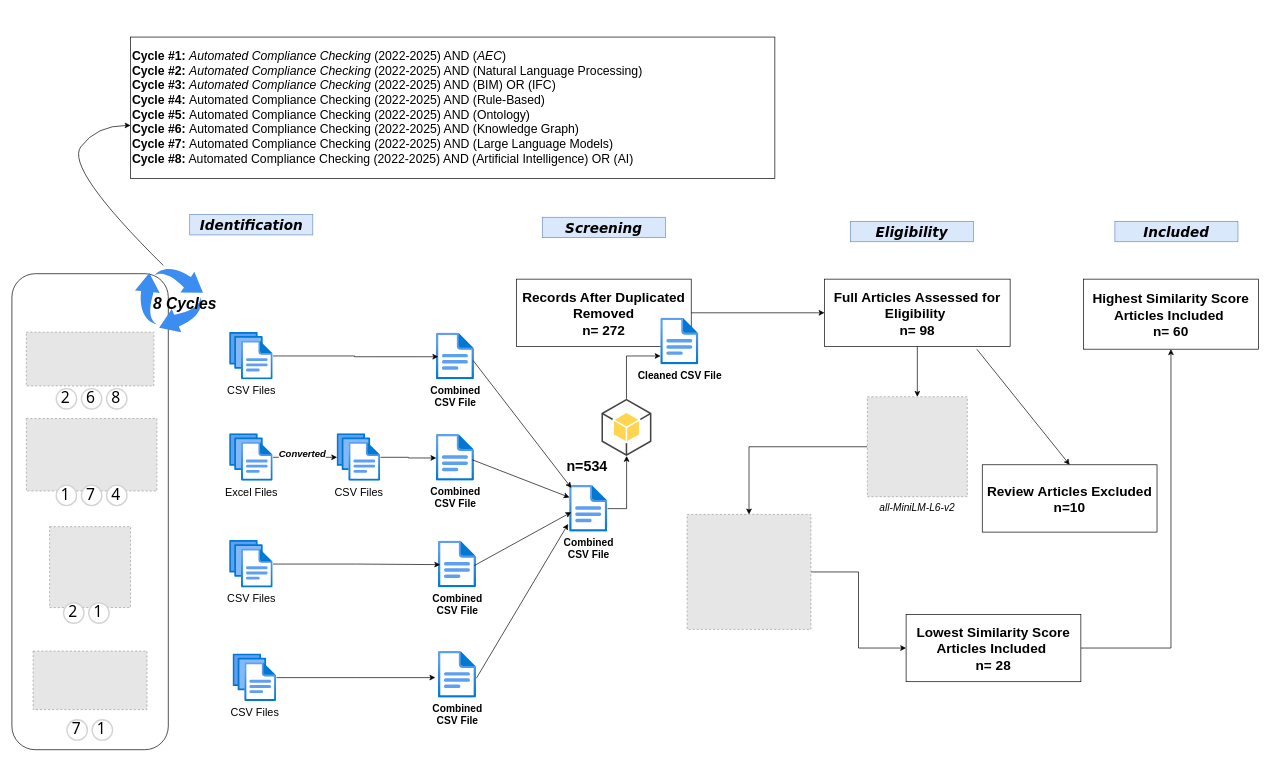
Above: PrismaFlowDiagram.drawio in ysenousy/ACC-N-ACE (draw.io), before the change. Source tidied: cells renumbered, new cells numbered last; positions are measured from the earlier drawing's top-left corner, leaving out a move shared by most shapes. Both pictures are drawn from the tidied source at 68%, with x=0, y=0 at pixel (12, 37). Pictures stored in the file or linked from it are replaced by grey dashed boxes.
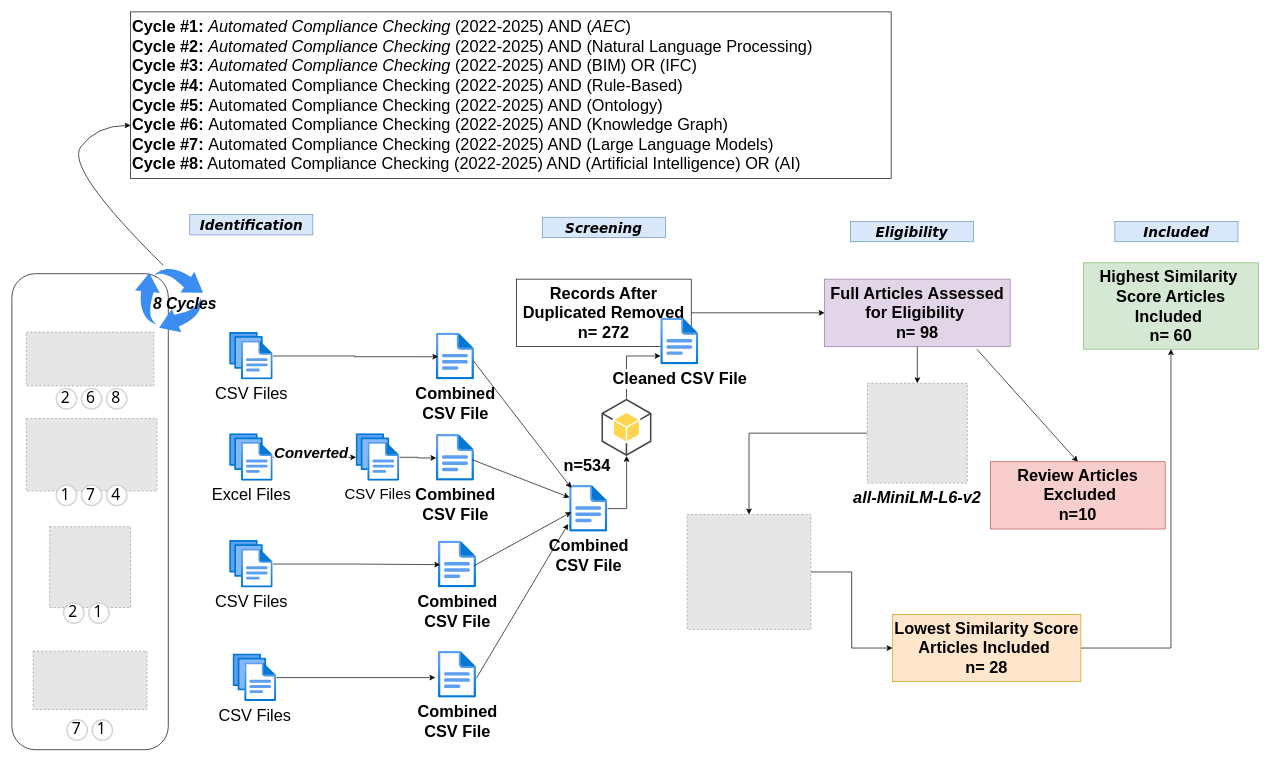
The same page after the edit.

Commit message (it also covers changes not shown here):
Enhancing Diagrams

The change refers to these unchanged cells:
```xml
<mxCell id="29" style="edgeStyle=orthogonalEdgeStyle;rounded=0;jettySize=auto;html=1;entryX=0.004;entryY=0.5;entryDx=0;entryDy=0;entryPerimeter=0;" parent="1" edge="1" source="24" target="28">
  <mxGeometry relative="1" as="geometry" />
</mxCell>
```

The edit, as a diff of the source:
```diff
@@
-    <mxCell id="11" value="&lt;font style=&quot;font-size: 18px;&quot;&gt;&lt;b&gt;Cycle #1:&lt;/b&gt;&amp;nbsp;&lt;/font&gt;&lt;span style=&quot;background-color: transparent; font-size: 18px;&quot;&gt;&lt;i&gt;Automated Compliance Checking&lt;/i&gt; (2022-2025) AND (&lt;i&gt;AEC&lt;/i&gt;)&lt;/span&gt;&lt;div&gt;&lt;span style=&quot;font-size: 18px;&quot;&gt;&lt;b&gt;Cycle #2:&lt;/b&gt;&amp;nbsp;&lt;/span&gt;&lt;span style=&quot;background-color: transparent; font-size: 18px;&quot;&gt;&lt;i&gt;Automated Compliance Checking&lt;/i&gt; (2022-2025) AND (Natural Language Processing)&lt;/span&gt;&lt;/div&gt;&lt;div&gt;&lt;span style=&quot;font-size: 18px;&quot;&gt;&lt;b&gt;Cycle #3:&lt;/b&gt;&amp;nbsp;&lt;/span&gt;&lt;span style=&quot;background-color: transparent; font-size: 18px;&quot;&gt;&lt;i&gt;Automated Compliance Checking&lt;/i&gt; (2022-2025) AND (BIM) OR (IFC)&lt;/span&gt;&lt;/div&gt;&lt;div&gt;&lt;span style=&quot;font-size: 18px;&quot;&gt;&lt;b&gt;Cycle #4:&lt;/b&gt;&amp;nbsp;&lt;/span&gt;&lt;span style=&quot;background-color: transparent; font-size: 18px;&quot;&gt;Automated Compliance Checking (2022-2025) AND (Rule-Based)&lt;/span&gt;&lt;/div&gt;&lt;div&gt;&lt;span style=&quot;font-size: 18px;&quot;&gt;&lt;b&gt;Cycle #5:&lt;/b&gt;&amp;nbsp;&lt;/span&gt;&lt;span style=&quot;background-color: transparent; font-size: 18px;&quot;&gt;Automated Compliance Checking (2022-2025) AND (Ontology)&lt;/span&gt;&lt;/div&gt;&lt;div&gt;&lt;span style=&quot;font-size: 18px;&quot;&gt;&lt;b&gt;Cycle #6:&lt;/b&gt;&amp;nbsp;&lt;/span&gt;&lt;span style=&quot;background-color: transparent; font-size: 18px;&quot;&gt;Automated Compliance Checking (2022-2025) AND (Knowledge Graph)&lt;/span&gt;&lt;/div&gt;&lt;div&gt;&lt;span style=&quot;font-size: 18px;&quot;&gt;&lt;b&gt;Cycle #7:&lt;/b&gt;&amp;nbsp;&lt;/span&gt;&lt;span style=&quot;background-color: transparent; font-size: 18px;&quot;&gt;Automated Compliance Checking (2022-2025) AND (Large Language Models)&lt;/span&gt;&lt;/div&gt;&lt;div&gt;&lt;span style=&quot;font-size: 18px;&quot;&gt;&lt;b&gt;Cycle #8:&lt;/b&gt; Automated Compliance Checking (2022-2025) AND (Artificial Intelligence) OR (AI)&lt;/span&gt;&lt;/div&gt;" style="rounded=0;whiteSpace=wrap;html=1;align=left;" parent="1" vertex="1">
-      <mxGeometry x="174.5" width="947.5" height="208" as="geometry" />
+    <mxCell id="11" value="&lt;font style=&quot;font-size: 24px;&quot;&gt;&lt;font style=&quot;&quot;&gt;&lt;b style=&quot;&quot;&gt;Cycle #1:&lt;/b&gt;&amp;nbsp;&lt;/font&gt;&lt;span style=&quot;background-color: transparent;&quot;&gt;&lt;i&gt;Automated Compliance Checking&lt;/i&gt; (2022-2025) AND (&lt;i&gt;AEC&lt;/i&gt;)&lt;/span&gt;&lt;/font&gt;&lt;div&gt;&lt;font style=&quot;font-size: 24px;&quot;&gt;&lt;b&gt;Cycle #2:&lt;/b&gt;&amp;nbsp;&lt;span style=&quot;background-color: transparent;&quot;&gt;&lt;i&gt;Automated Compliance Checking&lt;/i&gt; (2022-2025) AND (Natural Language Processing)&lt;/span&gt;&lt;/font&gt;&lt;/div&gt;&lt;div&gt;&lt;font style=&quot;font-size: 24px;&quot;&gt;&lt;b&gt;Cycle #3:&lt;/b&gt;&amp;nbsp;&lt;span style=&quot;background-color: transparent;&quot;&gt;&lt;i&gt;Automated Compliance Checking&lt;/i&gt; (2022-2025) AND (BIM) OR (IFC)&lt;/span&gt;&lt;/font&gt;&lt;/div&gt;&lt;div&gt;&lt;font style=&quot;font-size: 24px;&quot;&gt;&lt;b&gt;Cycle #4:&lt;/b&gt;&amp;nbsp;&lt;span style=&quot;background-color: transparent;&quot;&gt;Automated Compliance Checking (2022-2025) AND (Rule-Based)&lt;/span&gt;&lt;/font&gt;&lt;/div&gt;&lt;div&gt;&lt;font style=&quot;font-size: 24px;&quot;&gt;&lt;b&gt;Cycle #5:&lt;/b&gt;&amp;nbsp;&lt;span style=&quot;background-color: transparent;&quot;&gt;Automated Compliance Checking (2022-2025) AND (Ontology)&lt;/span&gt;&lt;/font&gt;&lt;/div&gt;&lt;div&gt;&lt;font style=&quot;font-size: 24px;&quot;&gt;&lt;b&gt;Cycle #6:&lt;/b&gt;&amp;nbsp;&lt;span style=&quot;background-color: transparent;&quot;&gt;Automated Compliance Checking (2022-2025) AND (Knowledge Graph)&lt;/span&gt;&lt;/font&gt;&lt;/div&gt;&lt;div&gt;&lt;font style=&quot;font-size: 24px;&quot;&gt;&lt;b&gt;Cycle #7:&lt;/b&gt;&amp;nbsp;&lt;span style=&quot;background-color: transparent;&quot;&gt;Automated Compliance Checking (2022-2025) AND (Large Language Models)&lt;/span&gt;&lt;/font&gt;&lt;/div&gt;&lt;div&gt;&lt;font style=&quot;font-size: 24px;&quot;&gt;&lt;b style=&quot;&quot;&gt;Cycle #8:&lt;/b&gt; Automated Compliance Checking (2022-2025) AND (Artificial Intelligence) OR (AI)&lt;/font&gt;&lt;/div&gt;" style="rounded=0;whiteSpace=wrap;html=1;align=left;" parent="1" vertex="1">
+      <mxGeometry x="174.5" y="-37" width="1118.5" height="245" as="geometry" />
     </mxCell>
@@
-    <mxCell id="23" value="&lt;font style=&quot;font-size: 16px;&quot;&gt;CSV Files&lt;/font&gt;" style="image;html=1;points=[];align=center;fontSize=12;image=img/lib/azure2/general/Files.svg;" parent="1" vertex="1">
+    <mxCell id="23" value="&lt;font style=&quot;font-size: 24px;&quot;&gt;CSV Files&lt;/font&gt;" style="image;html=1;points=[];align=center;fontSize=12;image=img/lib/azure2/general/Files.svg;" parent="1" vertex="1">
       <mxGeometry x="320" y="434" width="64" height="70" as="geometry" />
     </mxCell>
-    <mxCell id="24" value="&lt;font style=&quot;font-size: 16px;&quot;&gt;Excel Files&lt;/font&gt;" style="image;html=1;points=[];align=center;fontSize=12;image=img/lib/azure2/general/Files.svg;" parent="1" vertex="1">
+    <mxCell id="24" value="&lt;font style=&quot;font-size: 24px;&quot;&gt;Excel Files&lt;/font&gt;" style="image;html=1;points=[];align=center;fontSize=12;image=img/lib/azure2/general/Files.svg;" parent="1" vertex="1">
       <mxGeometry x="320" y="583" width="64" height="70" as="geometry" />
     </mxCell>
-    <mxCell id="25" value="&lt;font style=&quot;font-size: 16px;&quot;&gt;CSV Files&lt;/font&gt;" style="image;html=1;points=[];align=center;fontSize=12;image=img/lib/azure2/general/Files.svg;" parent="1" vertex="1">
+    <mxCell id="25" value="&lt;font style=&quot;font-size: 24px;&quot;&gt;CSV Files&lt;/font&gt;" style="image;html=1;points=[];align=center;fontSize=12;image=img/lib/azure2/general/Files.svg;" parent="1" vertex="1">
       <mxGeometry x="320" y="740" width="64" height="70" as="geometry" />
     </mxCell>
@@
-    <mxCell id="27" value="&lt;font style=&quot;font-size: 16px;&quot;&gt;CSV Files&lt;/font&gt;" style="image;html=1;points=[];align=center;fontSize=12;image=img/lib/azure2/general/Files.svg;" parent="1" vertex="1">
+    <mxCell id="27" value="&lt;font style=&quot;font-size: 24px;&quot;&gt;CSV Files&lt;/font&gt;" style="image;html=1;points=[];align=center;fontSize=12;image=img/lib/azure2/general/Files.svg;" parent="1" vertex="1">
       <mxGeometry x="325" y="907" width="64" height="70" as="geometry" />
     </mxCell>
-    <mxCell id="28" value="&lt;span style=&quot;font-size: 16px;&quot;&gt;CSV Files&lt;/span&gt;" style="image;html=1;points=[];align=center;fontSize=12;image=img/lib/azure2/general/Files.svg;" parent="1" vertex="1">
-      <mxGeometry x="478" y="583" width="64" height="70" as="geometry" />
+    <mxCell id="28" value="&lt;font style=&quot;font-size: 22px;&quot;&gt;CSV Files&lt;/font&gt;" style="image;html=1;points=[];align=center;fontSize=12;image=img/lib/azure2/general/Files.svg;" parent="1" vertex="1">
+      <mxGeometry x="506" y="583" width="64" height="70" as="geometry" />
     </mxCell>
@@
-    <mxCell id="30" value="&lt;font style=&quot;font-size: 14px;&quot;&gt;&lt;b&gt;&lt;i&gt;Converted&lt;/i&gt;&lt;/b&gt;&lt;/font&gt;" style="edgeLabel;html=1;align=center;verticalAlign=middle;" parent="29" vertex="1">
+    <mxCell id="30" value="&lt;font style=&quot;font-size: 22px;&quot;&gt;&lt;b style=&quot;&quot;&gt;&lt;i style=&quot;&quot;&gt;Converted&lt;/i&gt;&lt;/b&gt;&lt;/font&gt;" style="edgeLabel;html=1;align=center;verticalAlign=middle;" parent="29" vertex="1">
       <mxGeometry x="-0.1" y="6" relative="1" as="geometry" />
     </mxCell>
-    <mxCell id="31" value="&lt;font style=&quot;font-size: 15px;&quot;&gt;&lt;b&gt;Combined&lt;/b&gt;&lt;/font&gt;&lt;div&gt;&lt;font style=&quot;font-size: 15px;&quot;&gt;&lt;b&gt;CSV File&lt;/b&gt;&lt;/font&gt;&lt;/div&gt;" style="image;html=1;points=[];align=center;fontSize=12;image=img/lib/azure2/general/File.svg;" parent="1" vertex="1">
+    <mxCell id="31" value="&lt;font style=&quot;font-size: 24px;&quot;&gt;&lt;b style=&quot;&quot;&gt;Combined&lt;/b&gt;&lt;/font&gt;&lt;div&gt;&lt;font style=&quot;font-size: 24px;&quot;&gt;&lt;b style=&quot;&quot;&gt;CSV File&lt;/b&gt;&lt;/font&gt;&lt;/div&gt;" style="image;html=1;points=[];align=center;fontSize=12;image=img/lib/azure2/general/File.svg;" parent="1" vertex="1">
       <mxGeometry x="624" y="435" width="56" height="69" as="geometry" />
     </mxCell>
@@
-    <mxCell id="33" value="&lt;font style=&quot;font-size: 15px;&quot;&gt;&lt;b&gt;Combined&lt;/b&gt;&lt;/font&gt;&lt;div&gt;&lt;font style=&quot;font-size: 15px;&quot;&gt;&lt;b&gt;CSV File&lt;/b&gt;&lt;/font&gt;&lt;/div&gt;" style="image;html=1;points=[];align=center;fontSize=12;image=img/lib/azure2/general/File.svg;" parent="1" vertex="1">
+    <mxCell id="33" value="&lt;font style=&quot;font-size: 24px;&quot;&gt;&lt;b style=&quot;&quot;&gt;Combined&lt;/b&gt;&lt;/font&gt;&lt;div&gt;&lt;font style=&quot;font-size: 24px;&quot;&gt;&lt;b style=&quot;&quot;&gt;CSV File&lt;/b&gt;&lt;/font&gt;&lt;/div&gt;" style="image;html=1;points=[];align=center;fontSize=12;image=img/lib/azure2/general/File.svg;" parent="1" vertex="1">
       <mxGeometry x="624" y="584" width="56" height="69" as="geometry" />
     </mxCell>
-    <mxCell id="34" value="&lt;font style=&quot;font-size: 15px;&quot;&gt;&lt;b&gt;Combined&lt;/b&gt;&lt;/font&gt;&lt;div&gt;&lt;font style=&quot;font-size: 15px;&quot;&gt;&lt;b&gt;CSV File&lt;/b&gt;&lt;/font&gt;&lt;/div&gt;" style="image;html=1;points=[];align=center;fontSize=12;image=img/lib/azure2/general/File.svg;" parent="1" vertex="1">
+    <mxCell id="34" value="&lt;font style=&quot;font-size: 24px;&quot;&gt;&lt;b style=&quot;&quot;&gt;Combined&lt;/b&gt;&lt;/font&gt;&lt;div&gt;&lt;font style=&quot;font-size: 24px;&quot;&gt;&lt;b style=&quot;&quot;&gt;CSV File&lt;/b&gt;&lt;/font&gt;&lt;/div&gt;" style="image;html=1;points=[];align=center;fontSize=12;image=img/lib/azure2/general/File.svg;" parent="1" vertex="1">
       <mxGeometry x="627" y="741" width="56" height="69" as="geometry" />
     </mxCell>
-    <mxCell id="35" value="&lt;font style=&quot;font-size: 15px;&quot;&gt;&lt;b&gt;Combined&lt;/b&gt;&lt;/font&gt;&lt;div&gt;&lt;font style=&quot;font-size: 15px;&quot;&gt;&lt;b&gt;CSV File&lt;/b&gt;&lt;/font&gt;&lt;/div&gt;" style="image;html=1;points=[];align=center;fontSize=12;image=img/lib/azure2/general/File.svg;" parent="1" vertex="1">
+    <mxCell id="35" value="&lt;font style=&quot;font-size: 24px;&quot;&gt;&lt;b style=&quot;&quot;&gt;Combined&lt;/b&gt;&lt;/font&gt;&lt;div&gt;&lt;font style=&quot;font-size: 24px;&quot;&gt;&lt;b style=&quot;&quot;&gt;CSV File&lt;/b&gt;&lt;/font&gt;&lt;/div&gt;" style="image;html=1;points=[];align=center;fontSize=12;image=img/lib/azure2/general/File.svg;" parent="1" vertex="1">
       <mxGeometry x="627" y="903" width="56" height="69" as="geometry" />
     </mxCell>
@@
-    <mxCell id="40" value="&lt;font style=&quot;font-size: 15px;&quot;&gt;&lt;b&gt;Combined&lt;/b&gt;&lt;/font&gt;&lt;div&gt;&lt;font style=&quot;font-size: 15px;&quot;&gt;&lt;b&gt;CSV File&lt;/b&gt;&lt;/font&gt;&lt;/div&gt;" style="image;html=1;points=[];align=center;fontSize=12;image=img/lib/azure2/general/File.svg;" parent="1" vertex="1">
+    <mxCell id="40" value="&lt;font style=&quot;font-size: 24px;&quot;&gt;&lt;b style=&quot;&quot;&gt;Combined&lt;/b&gt;&lt;/font&gt;&lt;div&gt;&lt;font style=&quot;font-size: 24px;&quot;&gt;&lt;b style=&quot;&quot;&gt;CSV File&lt;/b&gt;&lt;/font&gt;&lt;/div&gt;" style="image;html=1;points=[];align=center;fontSize=12;image=img/lib/azure2/general/File.svg;" parent="1" vertex="1">
       <mxGeometry x="820" y="659" width="56" height="69" as="geometry" />
     </mxCell>
@@
-    <mxCell id="46" value="&lt;font style=&quot;font-size: 20px;&quot;&gt;&lt;b&gt;Records After Duplicated Removed&lt;/b&gt;&lt;/font&gt;&lt;div&gt;&lt;font style=&quot;font-size: 20px;&quot;&gt;&lt;b&gt;n= 272&lt;/b&gt;&lt;/font&gt;&lt;/div&gt;" style="rounded=0;whiteSpace=wrap;html=1;" parent="1" vertex="1">
+    <mxCell id="46" value="&lt;font style=&quot;font-size: 24px;&quot;&gt;&lt;b style=&quot;&quot;&gt;Records After Duplicated Removed&lt;/b&gt;&lt;/font&gt;&lt;div&gt;&lt;font style=&quot;font-size: 24px;&quot;&gt;&lt;b style=&quot;&quot;&gt;n= 272&lt;/b&gt;&lt;/font&gt;&lt;/div&gt;" style="rounded=0;whiteSpace=wrap;html=1;" parent="1" vertex="1">
       <mxGeometry x="742" y="356" width="257" height="99" as="geometry" />
     </mxCell>
-    <mxCell id="47" value="&lt;b&gt;&lt;font style=&quot;font-size: 21px;&quot;&gt;n=534&lt;/font&gt;&lt;/b&gt;" style="text;html=1;align=center;verticalAlign=middle;whiteSpace=wrap;rounded=0;" parent="1" vertex="1">
+    <mxCell id="47" value="&lt;b&gt;&lt;font style=&quot;font-size: 24px;&quot;&gt;n=534&lt;/font&gt;&lt;/b&gt;" style="text;html=1;align=center;verticalAlign=middle;whiteSpace=wrap;rounded=0;" parent="1" vertex="1">
       <mxGeometry x="816" y="616" width="60" height="30" as="geometry" />
     </mxCell>
-    <mxCell id="48" value="&lt;span style=&quot;font-size: 15px;&quot;&gt;&lt;b&gt;Cleaned CSV File&lt;/b&gt;&lt;/span&gt;" style="image;html=1;points=[];align=center;fontSize=12;image=img/lib/azure2/general/File.svg;" parent="1" vertex="1">
+    <mxCell id="48" value="&lt;b style=&quot;&quot;&gt;&lt;font style=&quot;font-size: 24px;&quot;&gt;Cleaned CSV File&lt;/font&gt;&lt;/b&gt;" style="image;html=1;points=[];align=center;fontSize=12;image=img/lib/azure2/general/File.svg;" parent="1" vertex="1">
       <mxGeometry x="954" y="413" width="56" height="69" as="geometry" />
     </mxCell>
@@
-    <mxCell id="53" value="&lt;font style=&quot;font-size: 20px;&quot;&gt;&lt;b&gt;Full A&lt;/b&gt;&lt;b&gt;rticles&amp;nbsp;&lt;/b&gt;&lt;b&gt;Assessed for Eligibility&amp;nbsp;&lt;/b&gt;&lt;/font&gt;&lt;div&gt;&lt;font style=&quot;font-size: 20px;&quot;&gt;&lt;b&gt;n= 98&lt;/b&gt;&lt;/font&gt;&lt;/div&gt;" style="rounded=0;whiteSpace=wrap;html=1;" parent="1" vertex="1">
+    <mxCell id="53" value="&lt;font style=&quot;font-size: 24px;&quot;&gt;&lt;b style=&quot;&quot;&gt;Full A&lt;/b&gt;&lt;b style=&quot;&quot;&gt;rticles&amp;nbsp;&lt;/b&gt;&lt;b style=&quot;&quot;&gt;Assessed for Eligibility&amp;nbsp;&lt;/b&gt;&lt;/font&gt;&lt;div&gt;&lt;font style=&quot;font-size: 24px;&quot;&gt;&lt;b style=&quot;&quot;&gt;n= 98&lt;/b&gt;&lt;/font&gt;&lt;/div&gt;" style="rounded=0;whiteSpace=wrap;html=1;fillColor=#e1d5e7;strokeColor=#9673a6;" parent="1" vertex="1">
       <mxGeometry x="1195" y="356" width="273" height="99" as="geometry" />
     </mxCell>
@@
-    <mxCell id="55" value="&lt;font style=&quot;font-size: 20px;&quot;&gt;&lt;b&gt;Highest&amp;nbsp;&lt;/b&gt;&lt;b&gt;Similarity&amp;nbsp;&lt;/b&gt;&lt;b&gt;Score Articles Included&amp;nbsp;&lt;/b&gt;&lt;/font&gt;&lt;div&gt;&lt;font style=&quot;font-size: 20px;&quot;&gt;&lt;b&gt;n= 60&lt;/b&gt;&lt;/font&gt;&lt;/div&gt;" style="rounded=0;whiteSpace=wrap;html=1;" parent="1" vertex="1">
-      <mxGeometry x="1576" y="356" width="257" height="103" as="geometry" />
+    <mxCell id="55" value="&lt;font style=&quot;font-size: 24px;&quot;&gt;&lt;b style=&quot;&quot;&gt;Highest&amp;nbsp;&lt;/b&gt;&lt;b style=&quot;&quot;&gt;Similarity&amp;nbsp;&lt;/b&gt;&lt;/font&gt;&lt;div&gt;&lt;font style=&quot;font-size: 24px;&quot;&gt;&lt;b style=&quot;&quot;&gt;Score Articles Included&amp;nbsp;&lt;/b&gt;&lt;/font&gt;&lt;div&gt;&lt;font style=&quot;font-size: 24px;&quot;&gt;&lt;b style=&quot;&quot;&gt;n= 60&lt;/b&gt;&lt;/font&gt;&lt;/div&gt;&lt;/div&gt;" style="rounded=0;whiteSpace=wrap;html=1;fillColor=#d5e8d4;strokeColor=#82b366;" parent="1" vertex="1">
+      <mxGeometry x="1576" y="332" width="257" height="127" as="geometry" />
     </mxCell>
@@
-    <mxCell id="57" value="all-MiniLM-L6-v2" style="fillColor=#E6E6E6;strokeColor=#999999;dashed=1;verticalLabelPosition=bottom;labelBackgroundColor=default;verticalAlign=top;fontSize=15;fontStyle=2;" parent="1" vertex="1">
-      <mxGeometry x="1258" y="529" width="147" height="147" as="geometry" />
+    <mxCell id="57" value="all-MiniLM-L6-v2" style="fillColor=#E6E6E6;strokeColor=#999999;dashed=1;verticalLabelPosition=bottom;labelBackgroundColor=default;verticalAlign=top;fontSize=24;fontStyle=3;" parent="1" vertex="1">
+      <mxGeometry x="1258" y="509" width="147" height="147" as="geometry" />
     </mxCell>
@@
-    <mxCell id="61" value="&lt;font style=&quot;font-size: 20px;&quot;&gt;&lt;b&gt;Lowest&amp;nbsp;&lt;/b&gt;&lt;b&gt;Similarity&amp;nbsp;&lt;/b&gt;&lt;b&gt;Score Articles Included&amp;nbsp;&lt;/b&gt;&lt;/font&gt;&lt;div&gt;&lt;font style=&quot;font-size: 20px;&quot;&gt;&lt;b&gt;n= 28&lt;/b&gt;&lt;/font&gt;&lt;/div&gt;" style="rounded=0;whiteSpace=wrap;html=1;" parent="1" vertex="1">
-      <mxGeometry x="1315" y="849" width="257" height="99" as="geometry" />
+    <mxCell id="61" value="&lt;font style=&quot;font-size: 24px;&quot;&gt;&lt;b style=&quot;&quot;&gt;Lowest&amp;nbsp;&lt;/b&gt;&lt;b style=&quot;&quot;&gt;Similarity&amp;nbsp;&lt;/b&gt;&lt;b style=&quot;&quot;&gt;Score Articles Included&amp;nbsp;&lt;/b&gt;&lt;/font&gt;&lt;div&gt;&lt;font style=&quot;font-size: 24px;&quot;&gt;&lt;b style=&quot;&quot;&gt;n= 28&lt;/b&gt;&lt;/font&gt;&lt;/div&gt;" style="rounded=0;whiteSpace=wrap;html=1;fillColor=#ffe6cc;strokeColor=#d79b00;" parent="1" vertex="1">
+      <mxGeometry x="1295" y="849" width="277" height="99" as="geometry" />
     </mxCell>
-    <mxCell id="62" value="&lt;span style=&quot;font-size: 20px;&quot;&gt;&lt;b&gt;Review&amp;nbsp;&lt;/b&gt;&lt;/span&gt;&lt;b style=&quot;font-size: 20px;&quot;&gt;Articles&amp;nbsp;&lt;/b&gt;&lt;span style=&quot;font-size: 20px;&quot;&gt;&lt;b&gt;Excluded&lt;/b&gt;&lt;/span&gt;&lt;div&gt;&lt;span style=&quot;font-size: 20px;&quot;&gt;&lt;b&gt;n=10&lt;/b&gt;&lt;/span&gt;&lt;/div&gt;" style="rounded=0;whiteSpace=wrap;html=1;" parent="1" vertex="1">
-      <mxGeometry x="1427" y="629" width="257" height="99" as="geometry" />
+    <mxCell id="62" value="&lt;font style=&quot;font-size: 24px;&quot;&gt;&lt;b style=&quot;&quot;&gt;Review&amp;nbsp;&lt;/b&gt;&lt;b style=&quot;&quot;&gt;Articles&lt;/b&gt;&lt;/font&gt;&lt;div&gt;&lt;font style=&quot;font-size: 24px;&quot;&gt;&lt;b style=&quot;&quot;&gt;&amp;nbsp;&lt;/b&gt;&lt;b&gt;Excluded&lt;/b&gt;&lt;/font&gt;&lt;div&gt;&lt;b style=&quot;&quot;&gt;&lt;font style=&quot;font-size: 24px;&quot;&gt;n=10&lt;/font&gt;&lt;/b&gt;&lt;/div&gt;&lt;/div&gt;" style="rounded=0;whiteSpace=wrap;html=1;fillColor=#f8cecc;strokeColor=#b85450;" parent="1" vertex="1">
+      <mxGeometry x="1439" y="624.5" width="257" height="99" as="geometry" />
     </mxCell>
```
